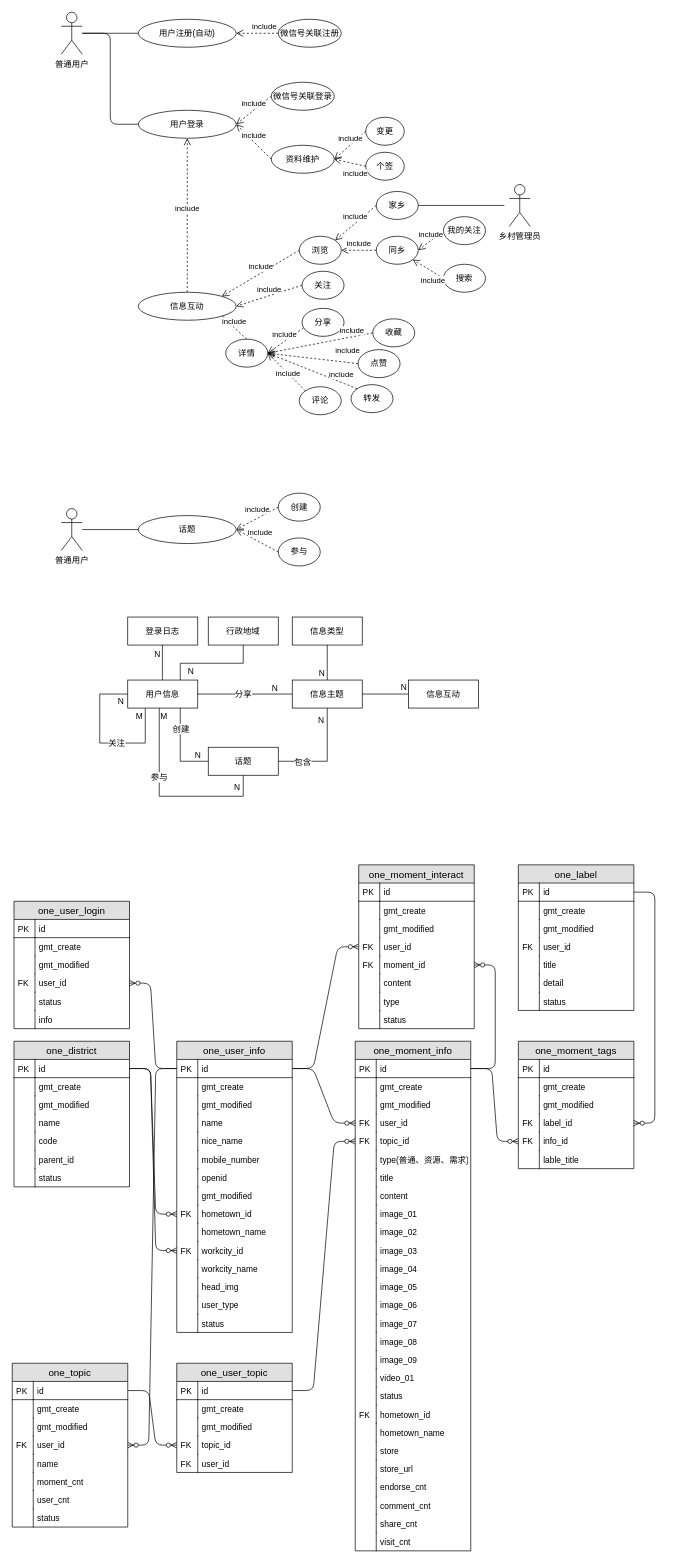
trey03/draw keeps this draw.io diagram as 未命名绘图.drawio. Above is the earlier version. Source tidied: cells renumbered, new cells numbered last; positions are measured from the earlier drawing's top-left corner, leaving out a move shared by most shapes. Both pictures are drawn from the tidied source at 70%, with x=0, y=0 at pixel (12, 12).
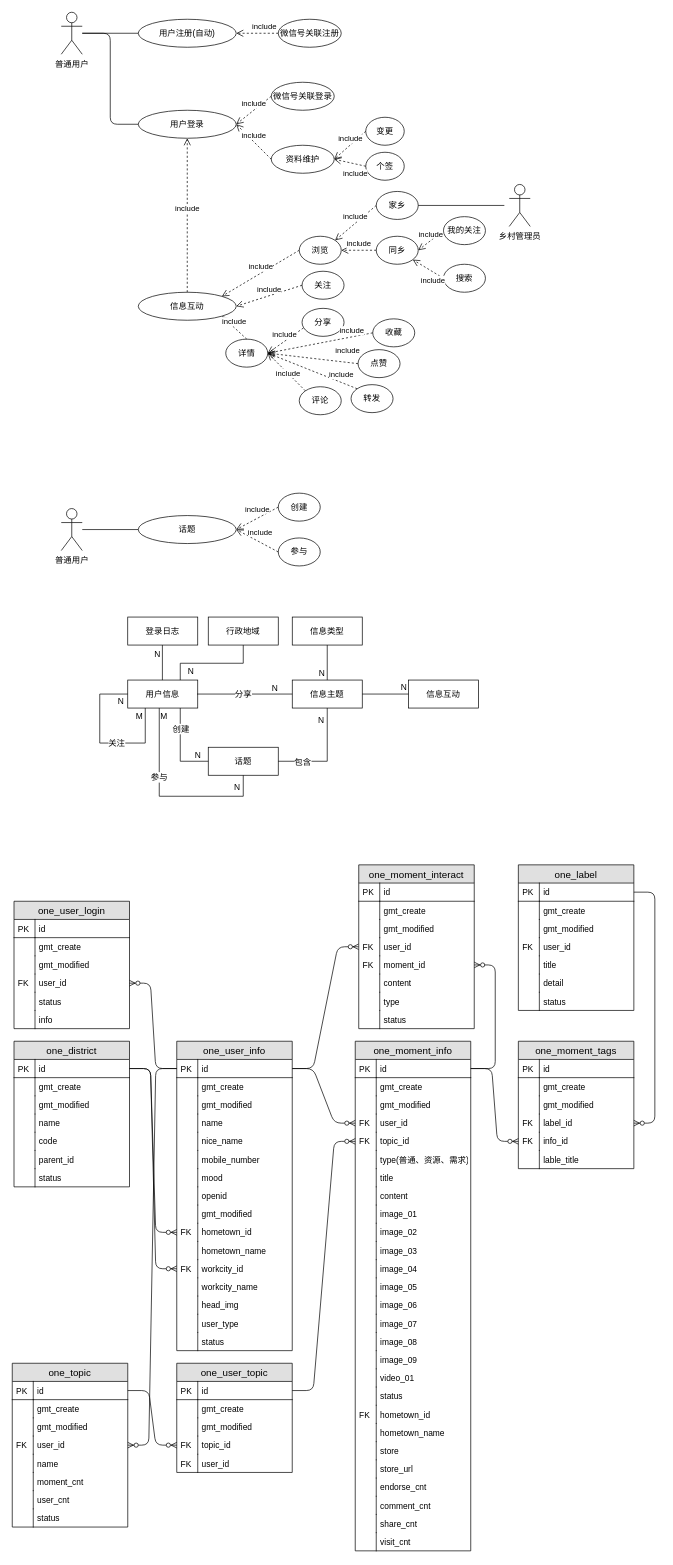
The same page after the edit.

Commit message:
更新未命名绘图.drawio

Diff of the diagram source:
```diff
@@
     <mxCell id="76" value="one_user_info" style="swimlane;fontStyle=0;horizontal=1;startSize=26;fillColor=#e0e0e0;swimlaneFillColor=#ffffff;align=center;fontSize=14;" parent="1" vertex="1">
-      <mxGeometry x="235" y="1470" width="165" height="416" as="geometry" />
+      <mxGeometry x="235" y="1470" width="165" height="442" as="geometry" />
     </mxCell>
@@
+    <mxCell id="284" value="mood" style="shape=partialRectangle;top=0;left=0;right=0;bottom=0;align=left;verticalAlign=top;fillColor=none;spacingLeft=34;spacingRight=4;overflow=hidden;fontSize=12;" parent="76" vertex="1">
+      <mxGeometry y="182" width="165" height="26" as="geometry" />
+    </mxCell>
+    <mxCell id="285" style="shape=partialRectangle;top=0;left=0;bottom=0;fillColor=none;align=left;verticalAlign=top;spacingLeft=4;spacingRight=4;overflow=hidden;fontSize=12;" parent="284" vertex="1">
+      <mxGeometry width="30" height="26" as="geometry" />
+    </mxCell>
     <mxCell id="89" value="openid" style="shape=partialRectangle;top=0;left=0;right=0;bottom=0;align=left;verticalAlign=top;fillColor=none;spacingLeft=34;spacingRight=4;overflow=hidden;fontSize=12;" parent="76" vertex="1">
-      <mxGeometry y="182" width="165" height="26" as="geometry" />
+      <mxGeometry y="208" width="165" height="26" as="geometry" />
     </mxCell>
@@
     <mxCell id="91" value="gmt_modified" style="shape=partialRectangle;top=0;left=0;right=0;bottom=0;align=left;verticalAlign=top;fillColor=none;spacingLeft=34;spacingRight=4;overflow=hidden;fontSize=12;" parent="76" vertex="1">
-      <mxGeometry y="208" width="165" height="26" as="geometry" />
+      <mxGeometry y="234" width="165" height="26" as="geometry" />
     </mxCell>
@@
     <mxCell id="93" value="hometown_id" style="shape=partialRectangle;top=0;left=0;right=0;bottom=0;align=left;verticalAlign=top;fillColor=none;spacingLeft=34;spacingRight=4;overflow=hidden;points=[[0,0.5],[1,0.5]];portConstraint=eastwest;fontSize=12;" parent="76" vertex="1">
-      <mxGeometry y="234" width="165" height="26" as="geometry" />
+      <mxGeometry y="260" width="165" height="26" as="geometry" />
     </mxCell>
@@
     <mxCell id="95" value="hometown_name" style="shape=partialRectangle;top=0;left=0;right=0;bottom=0;align=left;verticalAlign=top;fillColor=none;spacingLeft=34;spacingRight=4;overflow=hidden;fontSize=12;" parent="76" vertex="1">
-      <mxGeometry y="260" width="165" height="26" as="geometry" />
+      <mxGeometry y="286" width="165" height="26" as="geometry" />
     </mxCell>
@@
     <mxCell id="97" value="workcity_id" style="shape=partialRectangle;top=0;left=0;right=0;bottom=0;align=left;verticalAlign=top;fillColor=none;spacingLeft=34;spacingRight=4;overflow=hidden;points=[[0,0.5],[1,0.5]];portConstraint=eastwest;fontSize=12;" parent="76" vertex="1">
-      <mxGeometry y="286" width="165" height="26" as="geometry" />
+      <mxGeometry y="312" width="165" height="26" as="geometry" />
     </mxCell>
@@
     <mxCell id="99" value="workcity_name" style="shape=partialRectangle;top=0;left=0;right=0;bottom=0;align=left;verticalAlign=top;fillColor=none;spacingLeft=34;spacingRight=4;overflow=hidden;fontSize=12;" parent="76" vertex="1">
-      <mxGeometry y="312" width="165" height="26" as="geometry" />
+      <mxGeometry y="338" width="165" height="26" as="geometry" />
     </mxCell>
@@
     <mxCell id="101" value="head_img" style="shape=partialRectangle;top=0;left=0;right=0;bottom=0;align=left;verticalAlign=top;fillColor=none;spacingLeft=34;spacingRight=4;overflow=hidden;fontSize=12;" parent="76" vertex="1">
-      <mxGeometry y="338" width="165" height="26" as="geometry" />
+      <mxGeometry y="364" width="165" height="26" as="geometry" />
     </mxCell>
@@
     <mxCell id="103" value="user_type" style="shape=partialRectangle;top=0;left=0;right=0;bottom=0;align=left;verticalAlign=top;fillColor=none;spacingLeft=34;spacingRight=4;overflow=hidden;fontSize=12;" parent="76" vertex="1">
-      <mxGeometry y="364" width="165" height="26" as="geometry" />
+      <mxGeometry y="390" width="165" height="26" as="geometry" />
     </mxCell>
@@
     <mxCell id="105" value="status" style="shape=partialRectangle;top=0;left=0;right=0;bottom=0;align=left;verticalAlign=top;fillColor=none;spacingLeft=34;spacingRight=4;overflow=hidden;fontSize=12;" parent="76" vertex="1">
-      <mxGeometry y="390" width="165" height="26" as="geometry" />
+      <mxGeometry y="416" width="165" height="26" as="geometry" />
     </mxCell>
```
